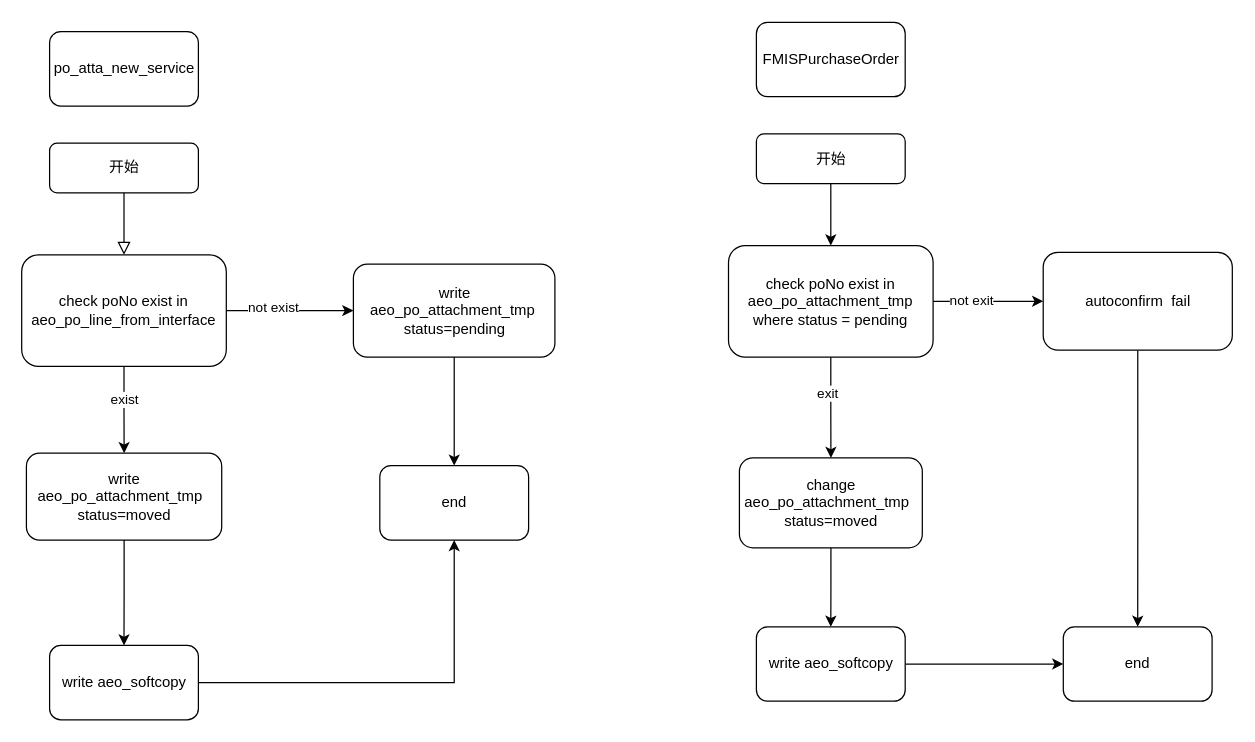
The draw.io diagram po_atta.drawio in 1119132473/doc, before the edit. Source tidied: cells renumbered, new cells numbered last; positions are measured from the earlier drawing's top-left corner, leaving out a move shared by most shapes. Both pictures are drawn from the tidied source at 124%, with x=0, y=0 at pixel (21, 21).
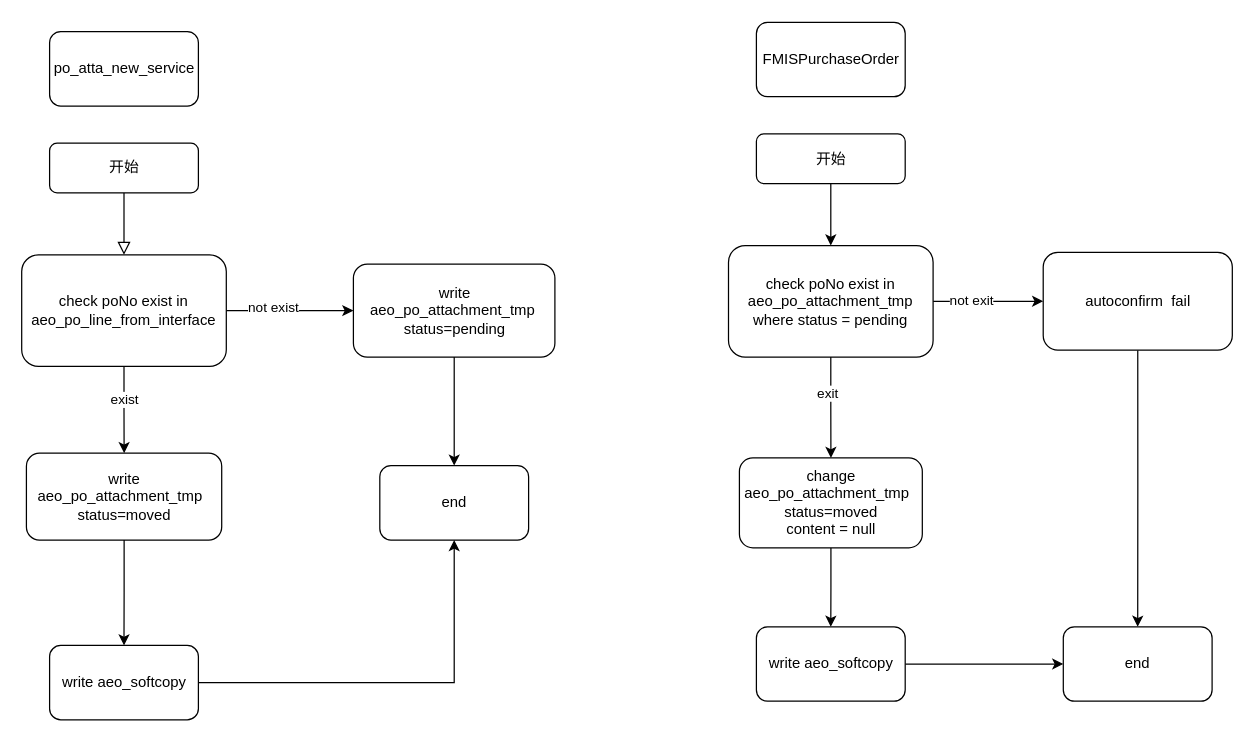
The same diagram, later.

What changed in the source:
```diff
@@
-    <mxCell id="28" value="&lt;div&gt;change aeo_po_attachment_tmp&amp;nbsp;&amp;nbsp; status=moved&lt;/div&gt;" style="whiteSpace=wrap;html=1;rounded=1;" parent="1" vertex="1">
+    <mxCell id="28" value="&lt;div&gt;change aeo_po_attachment_tmp&amp;nbsp;&amp;nbsp; status=moved&lt;/div&gt;&lt;div&gt;content = null&lt;br&gt;&lt;/div&gt;" style="whiteSpace=wrap;html=1;rounded=1;" parent="1" vertex="1">
       <mxGeometry x="578.8" y="351.8" width="147.5" height="72.5" as="geometry" />
     </mxCell>
```
